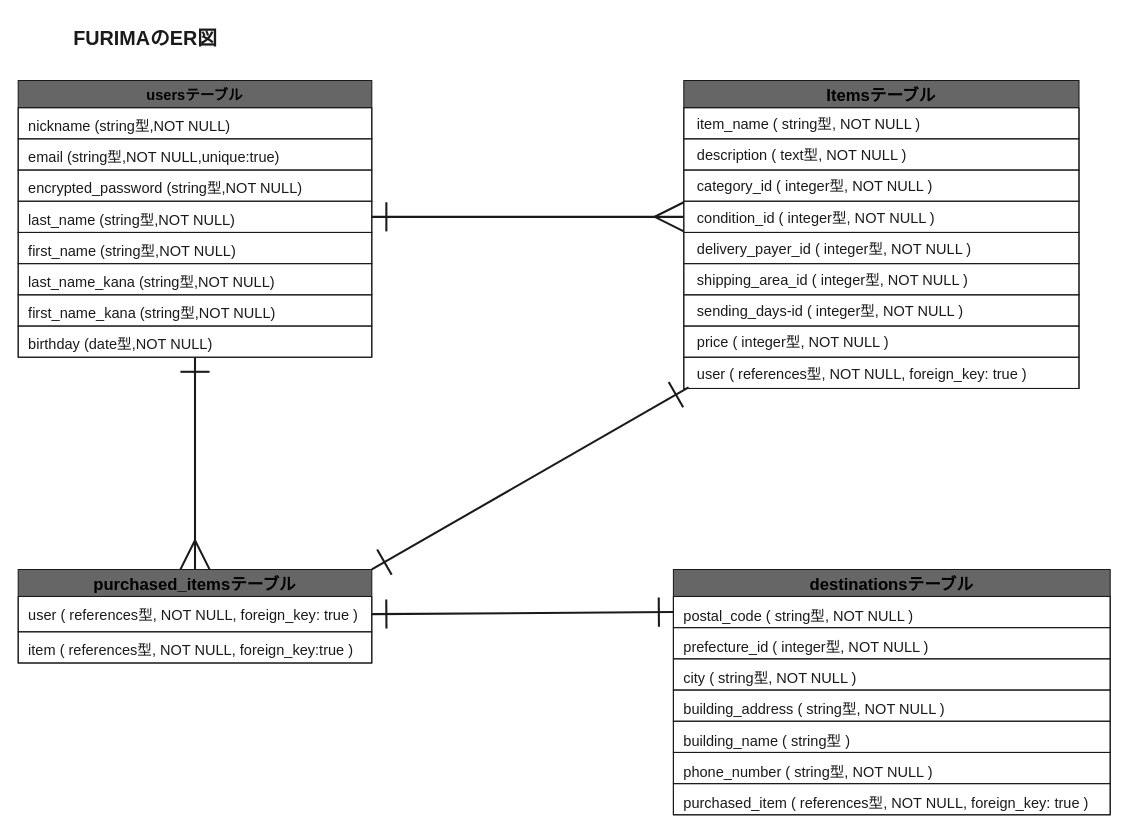
Earlier version of the draw.io diagram furima.dio (megnaka/furima-37900). Source tidied: cells renumbered, new cells numbered last; positions are measured from the earlier drawing's top-left corner, leaving out a move shared by most shapes. Both pictures are drawn from the tidied source at 104%, with x=0, y=0 at pixel (18, 18).
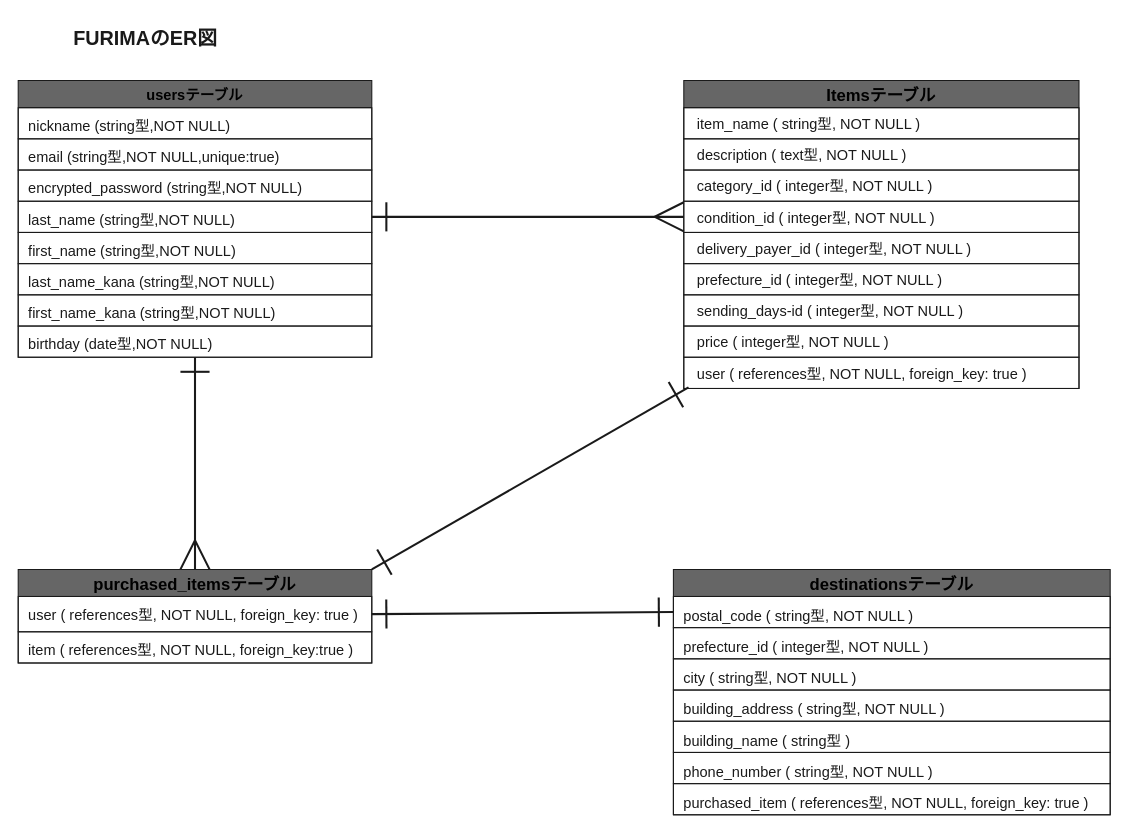
The same page after the edit.

Commit message (it also covers changes not shown here):
コートレビュー後の修正２

The change refers to these unchanged cells:
```xml
<mxCell id="10" value="Itemsテーブル" style="swimlane;fontStyle=1;horizontal=1;startSize=26;align=center;fontSize=16;spacing=0;spacingTop=1;spacingBottom=1;fillColor=#666666;strokeColor=#1A1A1A;fontColor=default;labelBackgroundColor=none;labelBorderColor=none;" parent="1" vertex="1">
  <mxGeometry x="640" y="60" width="380" height="296" as="geometry" />
</mxCell>
```

Diff of the diagram source:
```diff
@@
-    <mxCell id="16" value="shipping_area_id ( integer型, NOT NULL )" style="text;strokeColor=#1A1A1A;fillColor=none;spacingLeft=15;spacingRight=5;overflow=hidden;fontSize=14;spacingTop=5;spacingBottom=5;spacing=-2;fontColor=#1A1A1A;labelBorderColor=none;" parent="10" vertex="1">
+    <mxCell id="16" value="prefecture_id ( integer型, NOT NULL )" style="text;strokeColor=#1A1A1A;fillColor=none;spacingLeft=15;spacingRight=5;overflow=hidden;fontSize=14;spacingTop=5;spacingBottom=5;spacing=-2;fontColor=#1A1A1A;labelBorderColor=none;" parent="10" vertex="1">
       <mxGeometry y="176" width="380" height="30" as="geometry" />
     </mxCell>
```
